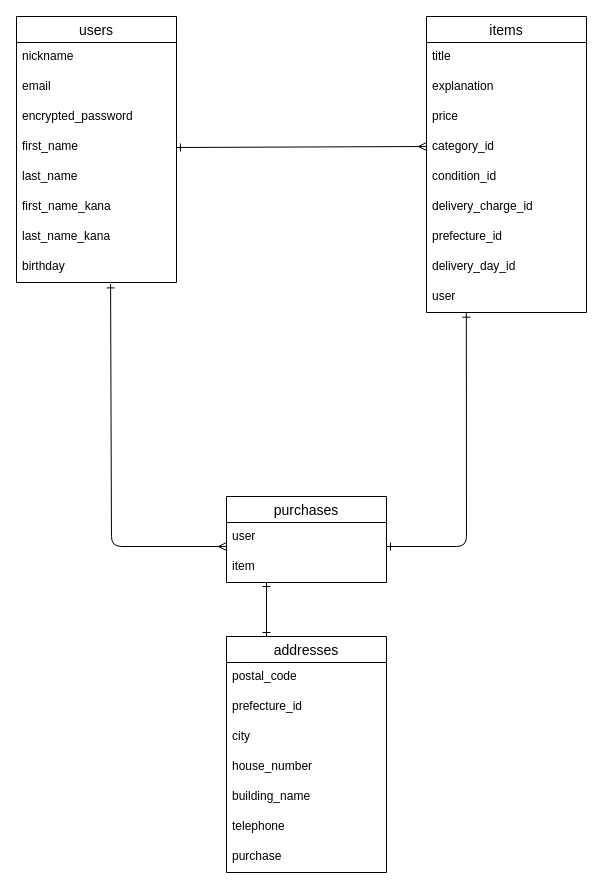
The draw.io diagram ER.dio in qirpour/furima-39018, before the edit. Source tidied: cells renumbered, new cells numbered last; positions are measured from the earlier drawing's top-left corner, leaving out a move shared by most shapes. Both pictures are drawn from the tidied source at 100%, with x=0, y=0 at pixel (16, 16).
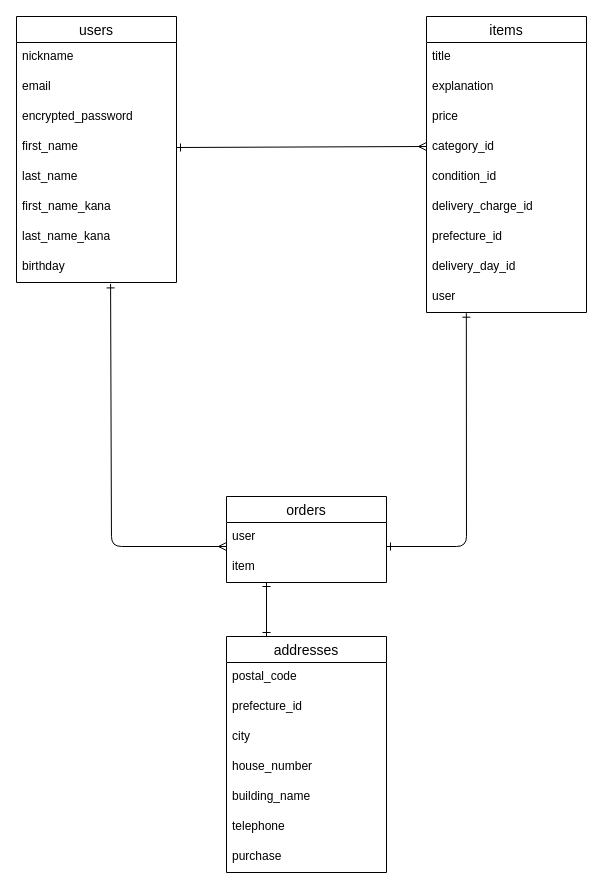
The same page after the edit.

Commit message (it also covers changes not shown here):
モデル名変更

Diff of the diagram source:
```diff
@@
-    <mxCell id="30" value="purchases" style="swimlane;fontStyle=0;horizontal=1;startSize=26;align=center;fontSize=14;" parent="1" vertex="1">
+    <mxCell id="30" value="orders" style="swimlane;fontStyle=0;horizontal=1;startSize=26;align=center;fontSize=14;" parent="1" vertex="1">
       <mxGeometry x="210" y="480" width="160" height="86" as="geometry" />
     </mxCell>
```
